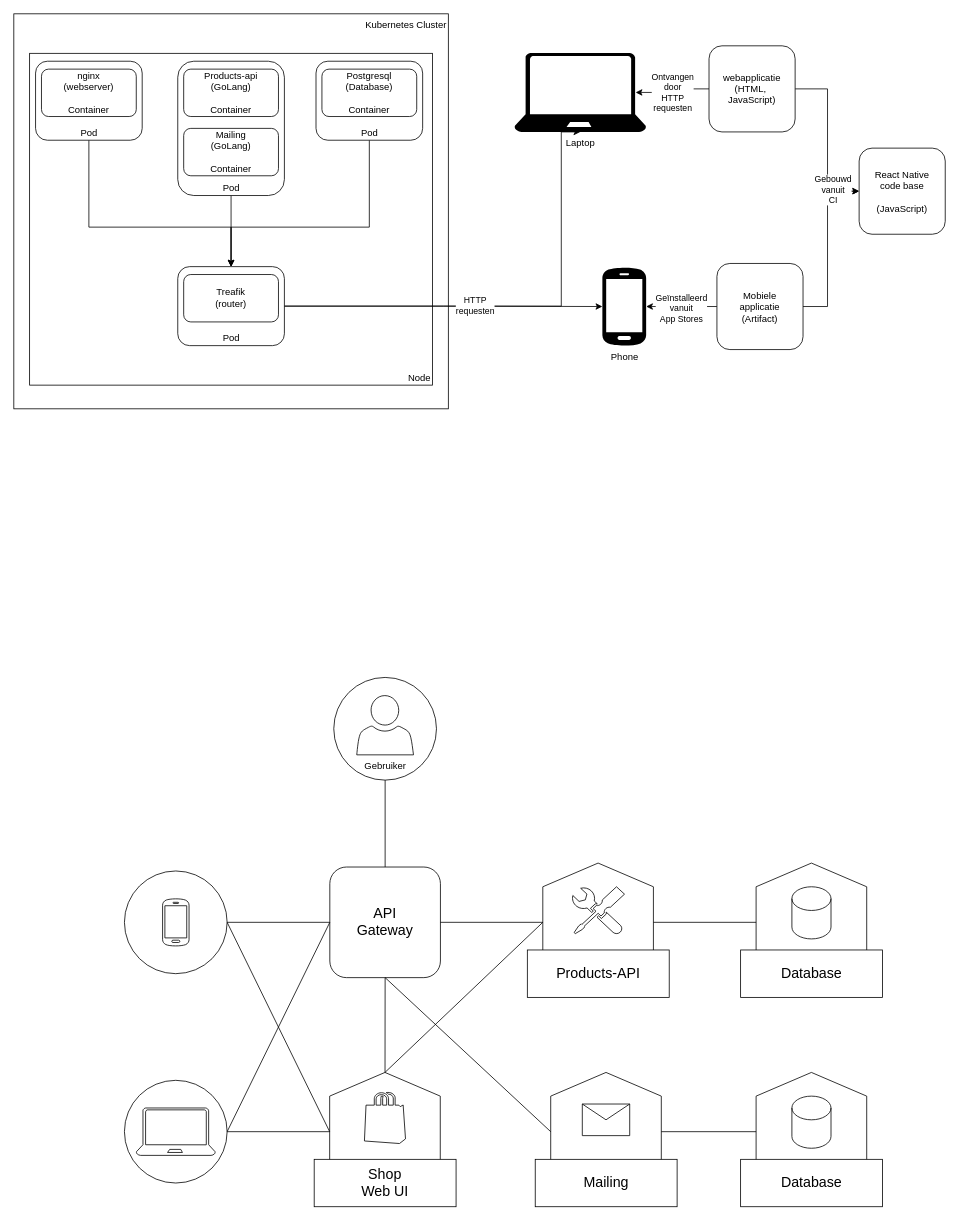
Above: page "Page-10" (10 of 10) of cli app.drawio in luukvankooten/draw.io (draw.io), before the change. Source tidied: cells renumbered, new cells numbered last; positions are measured from the earlier drawing's top-left corner, leaving out a move shared by most shapes. Both pictures are drawn from the tidied source at 79%, with x=0, y=0 at pixel (13, 13).
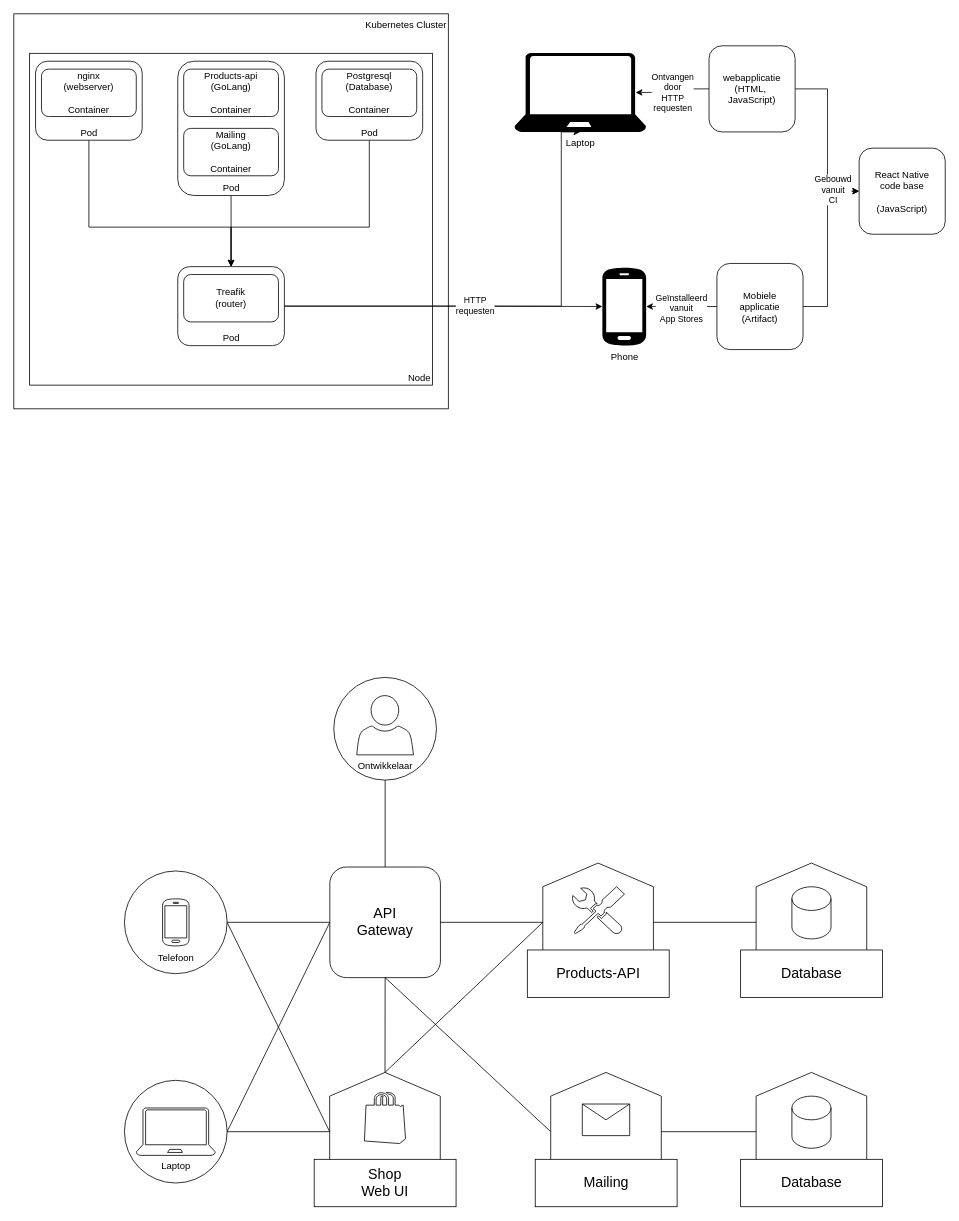
The same diagram, later.

The change refers to these unchanged cells:
```xml
<mxCell id="32" style="group;" parent="1" vertex="1">
  <mxGeometry x="140" y="1350" width="130" height="130" as="geometry" />
</mxCell>
<mxCell id="37" style="group;" parent="35" vertex="1">
  <mxGeometry width="130" height="130" as="geometry" />
</mxCell>
<mxCell id="59" style="group;" parent="1" vertex="1">
  <mxGeometry x="660" y="1340" width="179.6" height="170" as="geometry" />
</mxCell>
<mxCell id="69" style="group;" parent="1" vertex="1">
  <mxGeometry x="405" y="840" width="130" height="130" as="geometry" />
</mxCell>
```

What changed in the source:
```diff
@@
-    <mxCell id="34" style="verticalLabelPosition=bottom;html=1;verticalAlign=top;align=center;strokeColor=default;fillColor=none;shape=mxgraph.azure.laptop;" parent="32" vertex="1">
+    <mxCell id="34" value="&lt;div&gt;Laptop&lt;/div&gt;" style="verticalLabelPosition=bottom;html=1;verticalAlign=top;align=center;strokeColor=default;fillColor=none;shape=mxgraph.azure.laptop;" parent="32" vertex="1">
       <mxGeometry x="15" y="35" width="100" height="60" as="geometry" />
     </mxCell>
@@
-    <mxCell id="38" style="sketch=0;shadow=0;dashed=0;html=1;strokeColor=default;fillColor=none;labelPosition=center;verticalLabelPosition=bottom;verticalAlign=top;align=center;shape=mxgraph.office.devices.cell_phone_android_proportional;" parent="37" vertex="1">
+    <mxCell id="38" value="Telefoon" style="sketch=0;shadow=0;dashed=0;html=1;strokeColor=default;fillColor=none;labelPosition=center;verticalLabelPosition=bottom;verticalAlign=top;align=center;shape=mxgraph.office.devices.cell_phone_android_proportional;" parent="37" vertex="1">
       <mxGeometry x="48.3" y="34.5" width="33.5" height="61" as="geometry" />
     </mxCell>
@@
-    <mxCell id="62" style="shape=message;html=1;html=1;labelPosition=center;verticalLabelPosition=bottom;align=center;verticalAlign=top;" parent="59" vertex="1">
+    <mxCell id="62" style="shape=message;html=1;html=1;labelPosition=center;verticalLabelPosition=bottom;align=center;verticalAlign=top;fillColor=none;" parent="59" vertex="1">
       <mxGeometry x="59.6" y="40" width="60" height="40" as="geometry" />
     </mxCell>
@@
-    <mxCell id="71" value="Gebruiker" style="sketch=0;shadow=0;dashed=0;html=1;strokeColor=default;fillColor=none;labelPosition=center;verticalLabelPosition=bottom;verticalAlign=top;align=center;shape=mxgraph.office.users.user;" parent="69" vertex="1">
+    <mxCell id="71" value="Ontwikkelaar" style="sketch=0;shadow=0;dashed=0;html=1;strokeColor=default;fillColor=none;labelPosition=center;verticalLabelPosition=bottom;verticalAlign=top;align=center;shape=mxgraph.office.users.user;" parent="69" vertex="1">
       <mxGeometry x="29.1" y="23" width="71.8" height="75" as="geometry" />
     </mxCell>
```
